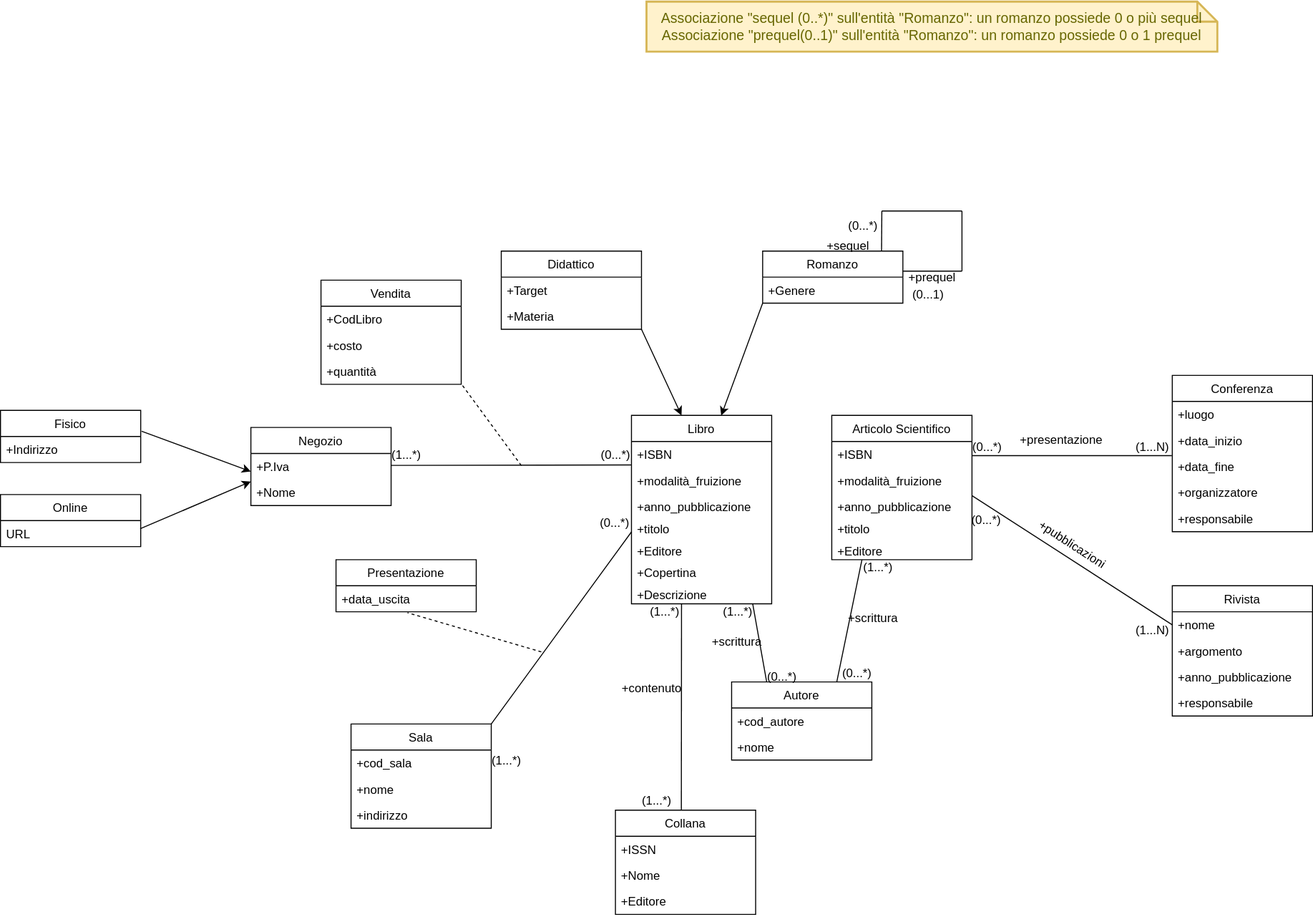
Before: Modello_Concettuale.drawio.svg, a diagram exported from draw.io (m3tt0/Progetto_OB_BASI). Source tidied: cells renumbered, new cells last; positions are measured from the earlier drawing's top-left corner, leaving out a move shared by most shapes.
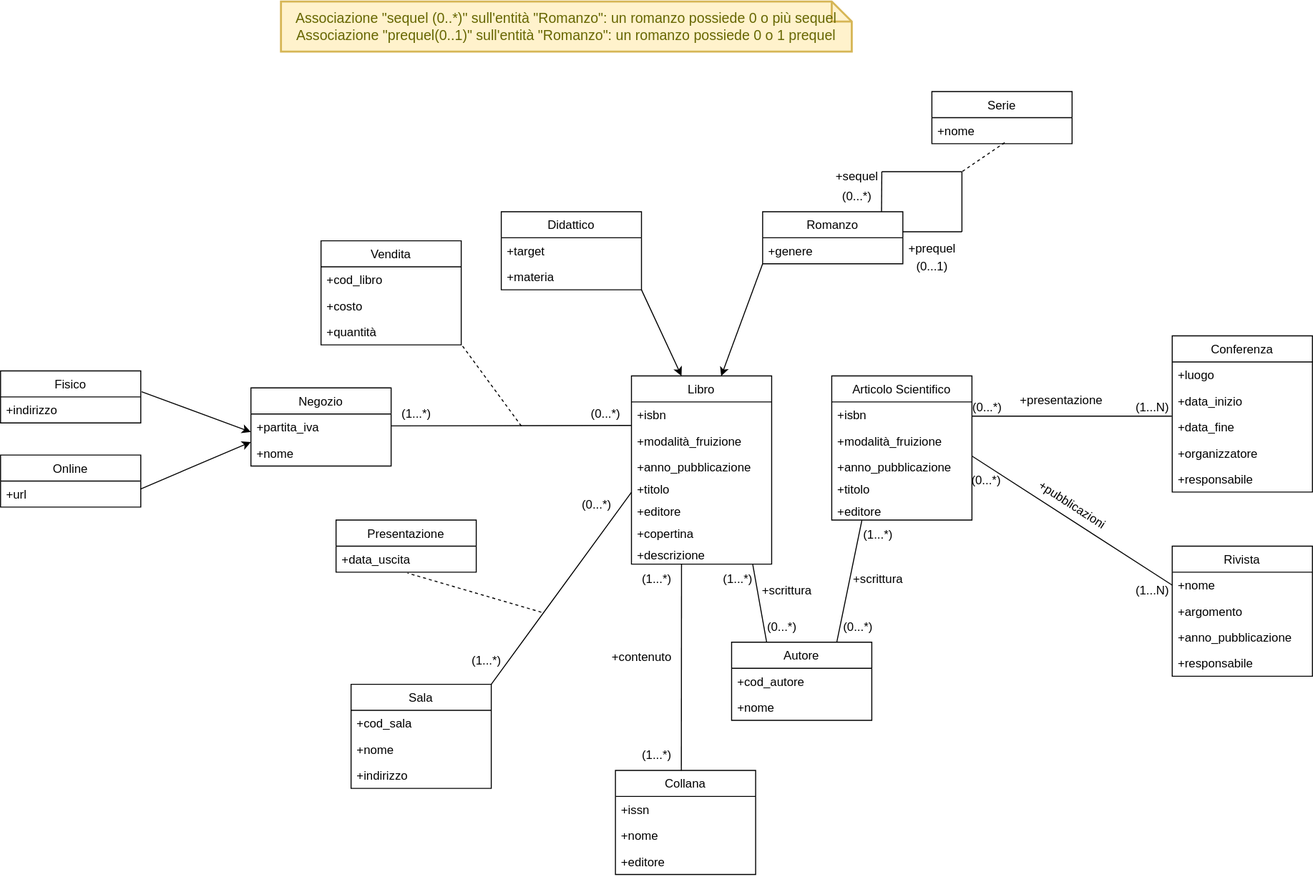
The same file after the commit.

Commit message:
Modifiche generali agli attributi delle entità

Diff of the diagram source:
```diff
@@ -23,7 +23,7 @@
     <mxCell id="8" value="Libro" style="swimlane;fontStyle=0;horizontal=1;startSize=26;fillColor=none;" parent="1" vertex="1">
       <mxGeometry x="630" y="413" width="140" height="188" as="geometry" />
     </mxCell>
-    <mxCell id="9" value="+ISBN" style="text;strokeColor=none;fillColor=none;align=left;verticalAlign=top;spacingLeft=4;spacingRight=4;overflow=hidden;points=[[0,0.5],[1,0.5]];portConstraint=eastwest;" parent="8" vertex="1">
+    <mxCell id="9" value="+isbn" style="text;strokeColor=none;fillColor=none;align=left;verticalAlign=top;spacingLeft=4;spacingRight=4;overflow=hidden;points=[[0,0.5],[1,0.5]];portConstraint=eastwest;" parent="8" vertex="1">
       <mxGeometry y="26" width="140" height="26" as="geometry" />
     </mxCell>
     <mxCell id="10" value="+modalità_fruizione" style="text;strokeColor=none;fillColor=none;align=left;verticalAlign=top;spacingLeft=4;spacingRight=4;overflow=hidden;" parent="8" vertex="1">
@@ -35,19 +35,19 @@
     <mxCell id="12" value="+titolo" style="text;strokeColor=none;fillColor=none;align=left;verticalAlign=top;spacingLeft=4;spacingRight=4;overflow=hidden;points=[[0,0.5],[1,0.5]];portConstraint=eastwest;" parent="8" vertex="1">
       <mxGeometry y="100" width="140" height="22" as="geometry" />
     </mxCell>
-    <mxCell id="13" value="+Editore" style="text;strokeColor=none;fillColor=none;align=left;verticalAlign=top;spacingLeft=4;spacingRight=4;overflow=hidden;" parent="8" vertex="1">
+    <mxCell id="13" value="+editore" style="text;strokeColor=none;fillColor=none;align=left;verticalAlign=top;spacingLeft=4;spacingRight=4;overflow=hidden;" parent="8" vertex="1">
       <mxGeometry y="122" width="140" height="22" as="geometry" />
     </mxCell>
-    <mxCell id="14" value="+Copertina" style="text;strokeColor=none;fillColor=none;align=left;verticalAlign=top;spacingLeft=4;spacingRight=4;overflow=hidden;" parent="8" vertex="1">
+    <mxCell id="14" value="+copertina" style="text;strokeColor=none;fillColor=none;align=left;verticalAlign=top;spacingLeft=4;spacingRight=4;overflow=hidden;" parent="8" vertex="1">
       <mxGeometry y="144" width="140" height="22" as="geometry" />
     </mxCell>
-    <mxCell id="15" value="+Descrizione" style="text;strokeColor=none;fillColor=none;align=left;verticalAlign=top;spacingLeft=4;spacingRight=4;overflow=hidden;points=[[0,0.5],[1,0.5]];portConstraint=eastwest;" parent="8" vertex="1">
+    <mxCell id="15" value="+descrizione" style="text;strokeColor=none;fillColor=none;align=left;verticalAlign=top;spacingLeft=4;spacingRight=4;overflow=hidden;points=[[0,0.5],[1,0.5]];portConstraint=eastwest;" parent="8" vertex="1">
       <mxGeometry y="166" width="140" height="22" as="geometry" />
     </mxCell>
     <mxCell id="16" value="Articolo Scientifico" style="swimlane;fontStyle=0;horizontal=1;startSize=26;fillColor=none;" parent="1" vertex="1">
       <mxGeometry x="830" y="413" width="140" height="144" as="geometry" />
     </mxCell>
-    <mxCell id="17" value="+ISBN" style="text;strokeColor=none;fillColor=none;align=left;verticalAlign=top;spacingLeft=4;spacingRight=4;overflow=hidden;points=[[0,0.5],[1,0.5]];portConstraint=eastwest;" parent="16" vertex="1">
+    <mxCell id="17" value="+isbn" style="text;strokeColor=none;fillColor=none;align=left;verticalAlign=top;spacingLeft=4;spacingRight=4;overflow=hidden;points=[[0,0.5],[1,0.5]];portConstraint=eastwest;" parent="16" vertex="1">
       <mxGeometry y="26" width="140" height="26" as="geometry" />
     </mxCell>
     <mxCell id="18" value="+modalità_fruizione" style="text;strokeColor=none;fillColor=none;align=left;verticalAlign=top;spacingLeft=4;spacingRight=4;overflow=hidden;" parent="16" vertex="1">
@@ -59,7 +59,7 @@
     <mxCell id="20" value="+titolo" style="text;strokeColor=none;fillColor=none;align=left;verticalAlign=top;spacingLeft=4;spacingRight=4;overflow=hidden;" parent="16" vertex="1">
       <mxGeometry y="100" width="140" height="22" as="geometry" />
     </mxCell>
-    <mxCell id="21" value="+Editore" style="text;strokeColor=none;fillColor=none;align=left;verticalAlign=top;spacingLeft=4;spacingRight=4;overflow=hidden;points=[[0,0.5],[1,0.5]];portConstraint=eastwest;" parent="16" vertex="1">
+    <mxCell id="21" value="+editore" style="text;strokeColor=none;fillColor=none;align=left;verticalAlign=top;spacingLeft=4;spacingRight=4;overflow=hidden;points=[[0,0.5],[1,0.5]];portConstraint=eastwest;" parent="16" vertex="1">
       <mxGeometry y="122" width="140" height="22" as="geometry" />
     </mxCell>
     <mxCell id="22" value="Autore" style="swimlane;fontStyle=0;horizontal=1;startSize=26;fillColor=none;" parent="1" vertex="1">
@@ -119,36 +119,36 @@
       <mxGeometry x="1020" y="527" width="100" height="30" as="geometry" />
     </mxCell>
     <mxCell id="40" value="(1...*)" style="text;html=1;align=center;verticalAlign=middle;strokeColor=none;fillColor=none;" parent="1" vertex="1">
-      <mxGeometry x="711" y="594" width="50" height="30" as="geometry" />
+      <mxGeometry x="711" y="601" width="50" height="30" as="geometry" />
     </mxCell>
     <mxCell id="41" value="(1...*)" style="text;html=1;align=center;verticalAlign=middle;strokeColor=none;fillColor=none;" parent="1" vertex="1">
-      <mxGeometry x="851" y="550" width="50" height="30" as="geometry" />
+      <mxGeometry x="851" y="557" width="50" height="30" as="geometry" />
     </mxCell>
     <mxCell id="42" value="(0...*)" style="text;html=1;align=center;verticalAlign=middle;strokeColor=none;fillColor=none;rotation=0;" parent="1" vertex="1">
-      <mxGeometry x="754" y="659" width="52" height="30" as="geometry" />
+      <mxGeometry x="754" y="649" width="52" height="30" as="geometry" />
     </mxCell>
     <mxCell id="43" value="(0...*)" style="text;html=1;align=center;verticalAlign=middle;strokeColor=none;fillColor=none;rotation=0;" parent="1" vertex="1">
-      <mxGeometry x="829" y="656" width="52" height="30" as="geometry" />
+      <mxGeometry x="830" y="649" width="52" height="30" as="geometry" />
     </mxCell>
     <mxCell id="44" value="+scrittura" style="text;html=1;align=center;verticalAlign=middle;strokeColor=none;fillColor=none;" parent="1" vertex="1">
-      <mxGeometry x="700" y="624" width="70" height="30" as="geometry" />
+      <mxGeometry x="750" y="613" width="70" height="30" as="geometry" />
     </mxCell>
     <mxCell id="45" value="+scrittura" style="text;html=1;align=center;verticalAlign=middle;strokeColor=none;fillColor=none;" parent="1" vertex="1">
-      <mxGeometry x="836" y="601" width="70" height="30" as="geometry" />
+      <mxGeometry x="841" y="601" width="70" height="30" as="geometry" />
     </mxCell>
     <mxCell id="46" value="Online" style="swimlane;fontStyle=0;horizontal=1;startSize=26;fillColor=none;" parent="1" vertex="1">
       <mxGeometry y="492" width="140" height="52" as="geometry" />
     </mxCell>
-    <mxCell id="47" value="URL" style="text;strokeColor=none;fillColor=none;align=left;verticalAlign=top;spacingLeft=4;spacingRight=4;overflow=hidden;points=[[0,0.5],[1,0.5]];portConstraint=eastwest;" parent="46" vertex="1">
+    <mxCell id="47" value="+url" style="text;strokeColor=none;fillColor=none;align=left;verticalAlign=top;spacingLeft=4;spacingRight=4;overflow=hidden;points=[[0,0.5],[1,0.5]];portConstraint=eastwest;" parent="46" vertex="1">
       <mxGeometry y="26" width="140" height="26" as="geometry" />
     </mxCell>
     <mxCell id="48" value="Negozio" style="swimlane;fontStyle=0;horizontal=1;startSize=26;fillColor=none;" parent="1" vertex="1">
       <mxGeometry x="250" y="425" width="140" height="78" as="geometry" />
     </mxCell>
-    <mxCell id="49" value="+P.Iva" style="text;strokeColor=none;fillColor=none;align=left;verticalAlign=top;spacingLeft=4;spacingRight=4;overflow=hidden;points=[[0,0.5],[1,0.5]];portConstraint=eastwest;" parent="48" vertex="1">
+    <mxCell id="49" value="+partita_iva" style="text;strokeColor=none;fillColor=none;align=left;verticalAlign=top;spacingLeft=4;spacingRight=4;overflow=hidden;points=[[0,0.5],[1,0.5]];portConstraint=eastwest;" parent="48" vertex="1">
       <mxGeometry y="26" width="140" height="26" as="geometry" />
     </mxCell>
-    <mxCell id="50" value="+Nome" style="text;strokeColor=none;fillColor=none;align=left;verticalAlign=top;spacingLeft=4;spacingRight=4;overflow=hidden;points=[[0,0.5],[1,0.5]];portConstraint=eastwest;" parent="48" vertex="1">
+    <mxCell id="50" value="+nome" style="text;strokeColor=none;fillColor=none;align=left;verticalAlign=top;spacingLeft=4;spacingRight=4;overflow=hidden;points=[[0,0.5],[1,0.5]];portConstraint=eastwest;" parent="48" vertex="1">
       <mxGeometry y="52" width="140" height="26" as="geometry" />
     </mxCell>
     <mxCell id="51" style="endArrow=none;html=1;rounded=0;entryX=-0.003;entryY=0.902;entryDx=0;entryDy=0;exitX=0.999;exitY=0.458;exitDx=0;exitDy=0;entryPerimeter=0;exitPerimeter=0;" parent="1" edge="1" source="49" target="9">
@@ -157,13 +157,13 @@
     <mxCell id="52" value="Fisico" style="swimlane;fontStyle=0;horizontal=1;startSize=26;fillColor=none;" parent="1" vertex="1">
       <mxGeometry y="408" width="140" height="52" as="geometry" />
     </mxCell>
-    <mxCell id="53" value="+Indirizzo" style="text;strokeColor=none;fillColor=none;align=left;verticalAlign=top;spacingLeft=4;spacingRight=4;overflow=hidden;" parent="52" vertex="1">
+    <mxCell id="53" value="+indirizzo" style="text;strokeColor=none;fillColor=none;align=left;verticalAlign=top;spacingLeft=4;spacingRight=4;overflow=hidden;" parent="52" vertex="1">
       <mxGeometry y="26" width="140" height="26" as="geometry" />
     </mxCell>
     <mxCell id="54" value="Vendita" style="swimlane;fontStyle=0;horizontal=1;startSize=26;fillColor=none;" parent="1" vertex="1">
       <mxGeometry x="320" y="278" width="140" height="104" as="geometry" />
     </mxCell>
-    <mxCell id="55" value="+CodLibro" style="text;strokeColor=none;fillColor=none;align=left;verticalAlign=top;spacingLeft=4;spacingRight=4;overflow=hidden;" parent="54" vertex="1">
+    <mxCell id="55" value="+cod_libro" style="text;strokeColor=none;fillColor=none;align=left;verticalAlign=top;spacingLeft=4;spacingRight=4;overflow=hidden;" parent="54" vertex="1">
       <mxGeometry y="26" width="140" height="26" as="geometry" />
     </mxCell>
     <mxCell id="56" value="+costo" style="text;strokeColor=none;fillColor=none;align=left;verticalAlign=top;spacingLeft=4;spacingRight=4;overflow=hidden;" parent="54" vertex="1">
@@ -183,16 +183,16 @@
     <mxCell id="60" value="Didattico" style="swimlane;fontStyle=0;horizontal=1;startSize=26;fillColor=none;" parent="1" vertex="1">
       <mxGeometry x="500" y="249" width="140" height="78" as="geometry" />
     </mxCell>
-    <mxCell id="61" value="+Target" style="text;strokeColor=none;fillColor=none;align=left;verticalAlign=top;spacingLeft=4;spacingRight=4;overflow=hidden;" parent="60" vertex="1">
+    <mxCell id="61" value="+target" style="text;strokeColor=none;fillColor=none;align=left;verticalAlign=top;spacingLeft=4;spacingRight=4;overflow=hidden;" parent="60" vertex="1">
       <mxGeometry y="26" width="140" height="26" as="geometry" />
     </mxCell>
-    <mxCell id="62" value="+Materia" style="text;strokeColor=none;fillColor=none;align=left;verticalAlign=top;spacingLeft=4;spacingRight=4;overflow=hidden;" parent="60" vertex="1">
+    <mxCell id="62" value="+materia" style="text;strokeColor=none;fillColor=none;align=left;verticalAlign=top;spacingLeft=4;spacingRight=4;overflow=hidden;" parent="60" vertex="1">
       <mxGeometry y="52" width="140" height="26" as="geometry" />
     </mxCell>
     <mxCell id="63" value="Romanzo" style="swimlane;fontStyle=0;horizontal=1;startSize=26;fillColor=none;" parent="1" vertex="1">
       <mxGeometry x="761" y="249" width="140" height="52" as="geometry" />
     </mxCell>
-    <mxCell id="64" value="+Genere" style="text;strokeColor=none;fillColor=none;align=left;verticalAlign=top;spacingLeft=4;spacingRight=4;overflow=hidden;" parent="63" vertex="1">
+    <mxCell id="64" value="+genere" style="text;strokeColor=none;fillColor=none;align=left;verticalAlign=top;spacingLeft=4;spacingRight=4;overflow=hidden;" parent="63" vertex="1">
       <mxGeometry y="26" width="140" height="26" as="geometry" />
     </mxCell>
     <mxCell id="65" style="endArrow=classic;html=1;rounded=0;exitX=1;exitY=1;exitDx=0;exitDy=0;entryX=0.357;entryY=0;entryDx=0;entryDy=0;entryPerimeter=0;" parent="1" edge="1" source="60" target="8">
@@ -208,10 +208,10 @@
       <mxGeometry relative="1" as="geometry" />
     </mxCell>
     <mxCell id="69" value="(1...*)" style="text;html=1;align=center;verticalAlign=middle;strokeColor=none;fillColor=none;" parent="1" vertex="1">
-      <mxGeometry x="380" y="438" width="50" height="30" as="geometry" />
+      <mxGeometry x="390" y="436" width="50" height="30" as="geometry" />
     </mxCell>
     <mxCell id="70" value="(0...*)" style="text;html=1;align=center;verticalAlign=middle;strokeColor=none;fillColor=none;rotation=0;" parent="1" vertex="1">
-      <mxGeometry x="588" y="438" width="52" height="29" as="geometry" />
+      <mxGeometry x="578" y="436" width="52" height="29" as="geometry" />
     </mxCell>
     <mxCell id="71" style="endArrow=none;html=1;rounded=0;exitX=0.47;exitY=0.002;exitDx=0;exitDy=0;exitPerimeter=0;entryX=0.357;entryY=0.988;entryDx=0;entryDy=0;entryPerimeter=0;" parent="1" edge="1" source="72" target="15">
       <mxGeometry relative="1" as="geometry" />
@@ -219,23 +219,23 @@
     <mxCell id="72" value="Collana" style="swimlane;fontStyle=0;horizontal=1;startSize=26;fillColor=none;" parent="1" vertex="1">
       <mxGeometry x="614" y="807" width="140" height="104" as="geometry" />
     </mxCell>
-    <mxCell id="73" value="+ISSN" style="text;strokeColor=none;fillColor=none;align=left;verticalAlign=top;spacingLeft=4;spacingRight=4;overflow=hidden;" parent="72" vertex="1">
+    <mxCell id="73" value="+issn" style="text;strokeColor=none;fillColor=none;align=left;verticalAlign=top;spacingLeft=4;spacingRight=4;overflow=hidden;" parent="72" vertex="1">
       <mxGeometry y="26" width="140" height="26" as="geometry" />
     </mxCell>
-    <mxCell id="74" value="+Nome" style="text;strokeColor=none;fillColor=none;align=left;verticalAlign=top;spacingLeft=4;spacingRight=4;overflow=hidden;" parent="72" vertex="1">
+    <mxCell id="74" value="+nome" style="text;strokeColor=none;fillColor=none;align=left;verticalAlign=top;spacingLeft=4;spacingRight=4;overflow=hidden;" parent="72" vertex="1">
       <mxGeometry y="52" width="140" height="26" as="geometry" />
     </mxCell>
-    <mxCell id="75" value="+Editore" style="text;strokeColor=none;fillColor=none;align=left;verticalAlign=top;spacingLeft=4;spacingRight=4;overflow=hidden;" parent="72" vertex="1">
+    <mxCell id="75" value="+editore" style="text;strokeColor=none;fillColor=none;align=left;verticalAlign=top;spacingLeft=4;spacingRight=4;overflow=hidden;" parent="72" vertex="1">
       <mxGeometry y="78" width="140" height="26" as="geometry" />
     </mxCell>
     <mxCell id="76" value="(1...*)" style="text;html=1;align=center;verticalAlign=middle;strokeColor=none;fillColor=none;" parent="1" vertex="1">
-      <mxGeometry x="630" y="783" width="50" height="30" as="geometry" />
+      <mxGeometry x="630" y="777" width="50" height="30" as="geometry" />
     </mxCell>
     <mxCell id="77" value="(1...*)" style="text;html=1;align=center;verticalAlign=middle;strokeColor=none;fillColor=none;" parent="1" vertex="1">
-      <mxGeometry x="638" y="594" width="50" height="30" as="geometry" />
+      <mxGeometry x="630" y="601" width="50" height="30" as="geometry" />
     </mxCell>
     <mxCell id="78" value="+contenuto" style="text;html=1;align=center;verticalAlign=middle;strokeColor=none;fillColor=none;rotation=0;" parent="1" vertex="1">
-      <mxGeometry x="610" y="671" width="80" height="30" as="geometry" />
+      <mxGeometry x="600" y="679" width="80" height="30" as="geometry" />
     </mxCell>
     <mxCell id="79" style="endArrow=none;html=1;rounded=0;entryX=0.001;entryY=0.73;entryDx=0;entryDy=0;entryPerimeter=0;exitX=1;exitY=0;exitDx=0;exitDy=0;" parent="1" edge="1" source="80" target="12">
       <mxGeometry relative="1" as="geometry" />
@@ -253,10 +253,10 @@
       <mxGeometry y="78" width="140" height="26" as="geometry" />
     </mxCell>
     <mxCell id="84" value="(1...*)" style="text;html=1;align=center;verticalAlign=middle;strokeColor=none;fillColor=none;" parent="1" vertex="1">
-      <mxGeometry x="480" y="743" width="50" height="30" as="geometry" />
+      <mxGeometry x="460" y="683" width="50" height="30" as="geometry" />
     </mxCell>
     <mxCell id="85" value="(0...*)" style="text;html=1;align=center;verticalAlign=middle;strokeColor=none;fillColor=none;" parent="1" vertex="1">
-      <mxGeometry x="588" y="506" width="50" height="30" as="geometry" />
+      <mxGeometry x="570" y="527" width="50" height="30" as="geometry" />
     </mxCell>
     <mxCell id="86" value="Presentazione" style="swimlane;fontStyle=0;horizontal=1;startSize=26;fillColor=none;" parent="1" vertex="1">
       <mxGeometry x="335" y="557" width="140" height="52" as="geometry" />
@@ -293,19 +293,30 @@
       </mxGeometry>
     </mxCell>
     <mxCell id="93" value="(0...*)" style="text;html=1;align=center;verticalAlign=middle;strokeColor=none;fillColor=none;" parent="1" vertex="1">
-      <mxGeometry x="836" y="209" width="50" height="30" as="geometry" />
+      <mxGeometry x="830" y="219" width="50" height="30" as="geometry" />
     </mxCell>
     <mxCell id="94" value="(0...1)" style="text;html=1;align=center;verticalAlign=middle;strokeColor=none;fillColor=none;" parent="1" vertex="1">
-      <mxGeometry x="901" y="278" width="50" height="30" as="geometry" />
+      <mxGeometry x="905" y="289" width="50" height="30" as="geometry" />
     </mxCell>
     <mxCell id="95" value="+sequel" style="text;html=1;align=center;verticalAlign=middle;strokeColor=none;fillColor=none;" parent="1" vertex="1">
-      <mxGeometry x="811" y="229" width="70" height="30" as="geometry" />
+      <mxGeometry x="820" y="199" width="70" height="30" as="geometry" />
     </mxCell>
     <mxCell id="96" value="+prequel" style="text;html=1;align=center;verticalAlign=middle;strokeColor=none;fillColor=none;" parent="1" vertex="1">
-      <mxGeometry x="895" y="261" width="70" height="30" as="geometry" />
+      <mxGeometry x="895" y="271" width="70" height="30" as="geometry" />
     </mxCell>
     <mxCell id="97" value="Associazione &quot;sequel (0..*)&quot; sull'entità &quot;Romanzo&quot;: un romanzo possiede 0 o più sequel&lt;br/&gt;Associazione &quot;prequel(0..1)&quot; sull'entità &quot;Romanzo&quot;: un romanzo possiede 0 o 1 prequel" style="shape=note;strokeWidth=2;fontSize=14;size=20;whiteSpace=wrap;html=1;fillColor=#fff2cc;strokeColor=#d6b656;fontColor=#666600;" parent="1" vertex="1">
-      <mxGeometry x="645" width="570" height="50" as="geometry" />
+      <mxGeometry x="280" y="39" width="570" height="50" as="geometry" />
     </mxCell>
+    <mxCell id="98" style="endArrow=none;dashed=1;html=1;rounded=0;exitX=0.519;exitY=0.962;exitDx=0;exitDy=0;exitPerimeter=0;" parent="1" edge="1" source="100">
+      <mxGeometry relative="1" as="geometry">
+        <mxPoint x="960" y="209" as="targetPoint" />
+      </mxGeometry>
+    </mxCell>
+    <mxCell id="99" value="Serie" style="swimlane;fontStyle=0;horizontal=1;startSize=26;fillColor=none;" parent="1" vertex="1">
+      <mxGeometry x="930" y="129" width="140" height="52" as="geometry" />
+    </mxCell>
+    <mxCell id="100" value="+nome" style="text;strokeColor=none;fillColor=none;align=left;verticalAlign=top;spacingLeft=4;spacingRight=4;overflow=hidden;points=[[0,0.5],[1,0.5]];portConstraint=eastwest;" parent="99" vertex="1">
+      <mxGeometry y="26" width="140" height="26" as="geometry" />
+    </mxCell>
   </root>
 </mxGraphModel>
```
